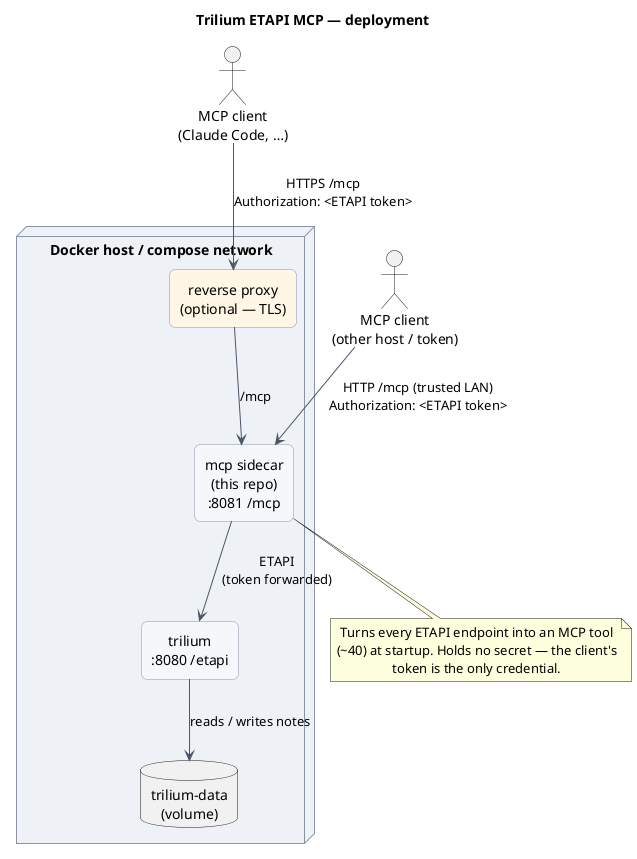
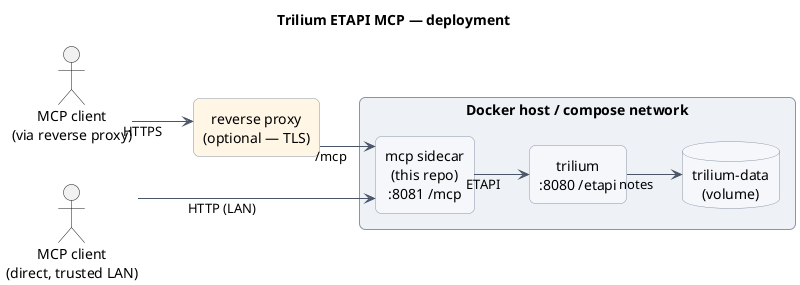
@startuml architecture
title Trilium ETAPI MCP — deployment

+ left to right direction
+ skinparam linetype ortho
skinparam shadowing false
+ skinparam nodesep 40
+ skinparam ranksep 55
skinparam defaultTextAlignment center
skinparam rectangle {
    BackgroundColor #F5F7FA
    BorderColor #8A94A6
    roundCorner 12
}
- skinparam node {
-     BackgroundColor #EEF2F7
+ skinparam database {
+     BackgroundColor #F5F7FA
    BorderColor #8A94A6
}
skinparam ArrowColor #4A5568

- actor "MCP client\n(Claude Code, …)" as C1
- actor "MCP client\n(other host / token)" as C2
+ together {
+     actor "MCP client\n(via reverse proxy)" as C1
+     actor "MCP client\n(direct, trusted LAN)" as C2
+ }

- node "Docker host / compose network" as Host {
-     rectangle "reverse proxy\n(optional — TLS)" as Proxy #FFF6E5
+ rectangle "reverse proxy\n(optional — TLS)" as Proxy #FFF6E5
+ 
+ rectangle "Docker host / compose network" as Host #EEF2F7 {
    rectangle "mcp sidecar\n(this repo)\n:8081 /mcp" as MCP
    rectangle "trilium\n:8080 /etapi" as Trilium
    database "trilium-data\n(volume)" as Data
}

- C1 --> Proxy : HTTPS /mcp\nAuthorization: <ETAPI token>
- C2 --> MCP : HTTP /mcp (trusted LAN)\nAuthorization: <ETAPI token>
+ C1 --> Proxy : HTTPS
+ C2 --> MCP : HTTP (LAN)
Proxy --> MCP : /mcp
- MCP --> Trilium : ETAPI\n(token forwarded)
- Trilium --> Data : reads / writes notes
- 
- note bottom of MCP
-   Turns every ETAPI endpoint into an MCP tool
-   (~40) at startup. Holds no secret — the client's
-   token is the only credential.
- end note
+ MCP --> Trilium : ETAPI
+ Trilium --> Data : notes

@enduml
